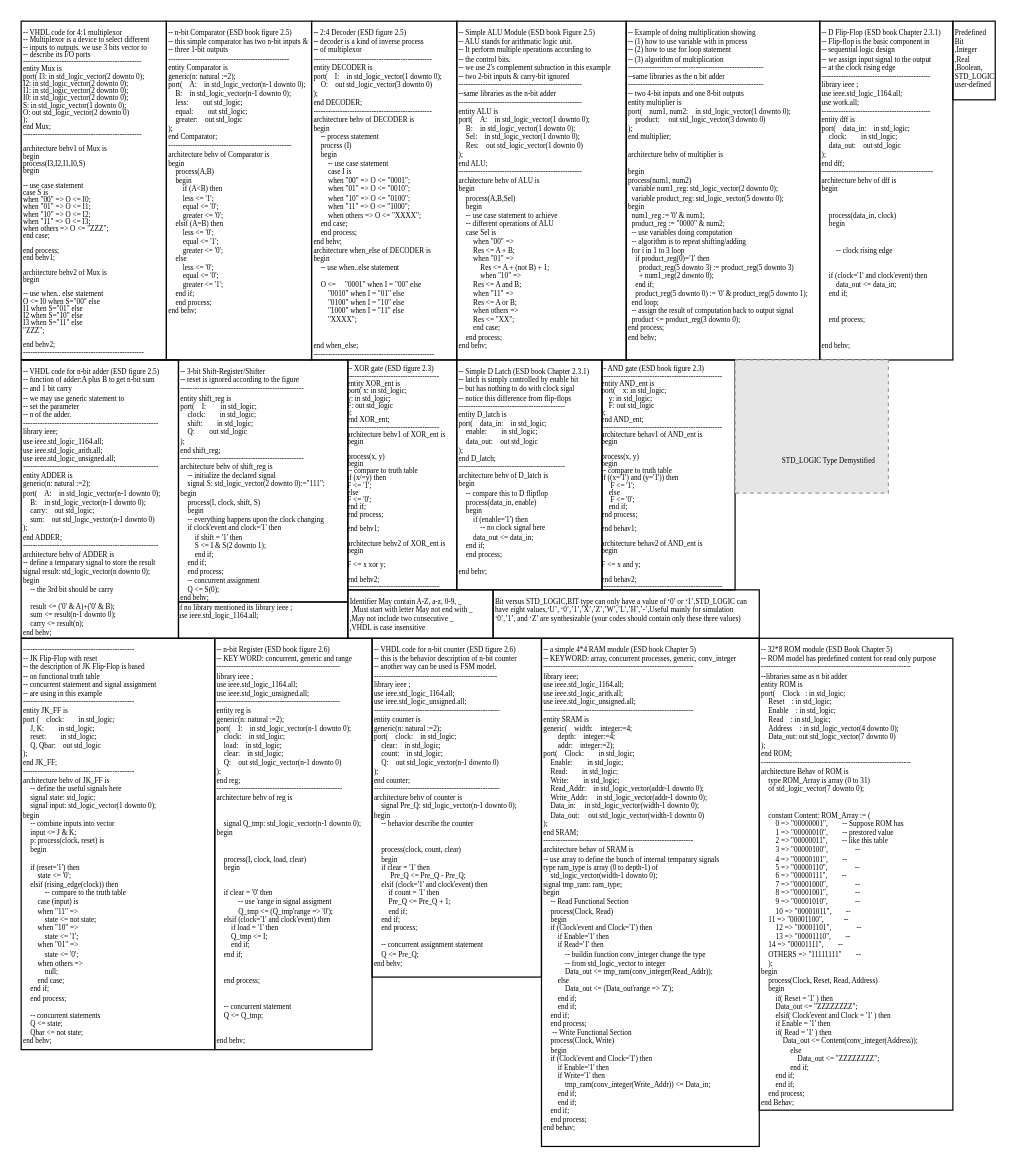
This is cheatsheetdigitaldesignfinal.drawio from Knightsepehr/flowchartz, a draw.io file, before an edit. Source tidied: cells renumbered, new cells numbered last; positions are measured from the earlier drawing's top-left corner, leaving out a move shared by most shapes. Both pictures are drawn from the tidied source at 121%, with x=0, y=0 at pixel (21, 21). Pictures stored in the file or linked from it are replaced by grey dashed boxes.
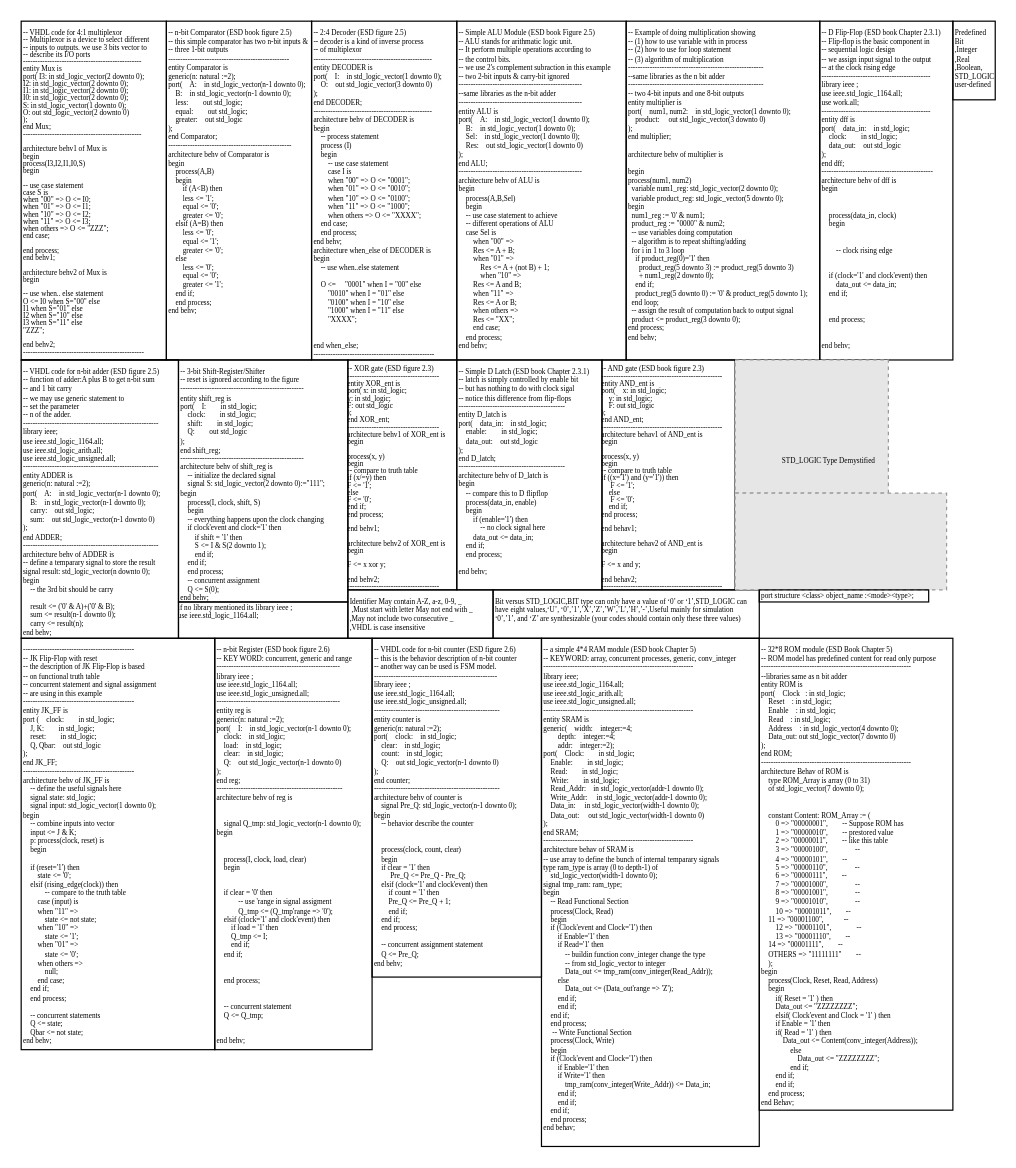
The same page after the edit.

Diff of the diagram source:
```diff
@@
+    <mxCell id="25" style="fillColor=#E6E6E6;strokeColor=#999999;dashed=1;verticalLabelPosition=bottom;labelBackgroundColor=default;verticalAlign=top;" parent="1" vertex="1">
+      <mxGeometry x="590" y="390" width="174.8" height="80" as="geometry" />
+    </mxCell>
+    <mxCell id="26" value="&lt;p style=&quot;line-height: 100%;&quot;&gt;&lt;span style=&quot;color: rgb(0, 0, 0); font-family: &amp;quot;Times New Roman&amp;quot;; font-size: 6px; font-style: normal; font-variant-ligatures: normal; font-variant-caps: normal; font-weight: 400; letter-spacing: normal; orphans: 2; text-align: center; text-indent: 0px; text-transform: none; widows: 2; word-spacing: 0px; -webkit-text-stroke-width: 0px; background-color: rgb(251, 251, 251); text-decoration-thickness: initial; text-decoration-style: initial; text-decoration-color: initial; float: none; display: inline !important;&quot;&gt;port structure &amp;lt;class&amp;gt; object_name :&amp;lt;mode&amp;gt;&amp;lt;type&amp;gt;;&lt;/span&gt;&lt;/p&gt;" style="text;whiteSpace=wrap;html=1;strokeColor=default;fontSize=6;spacingTop=-11;" parent="1" vertex="1">
+      <mxGeometry x="610" y="470" width="140" height="10" as="geometry" />
+    </mxCell>
```
